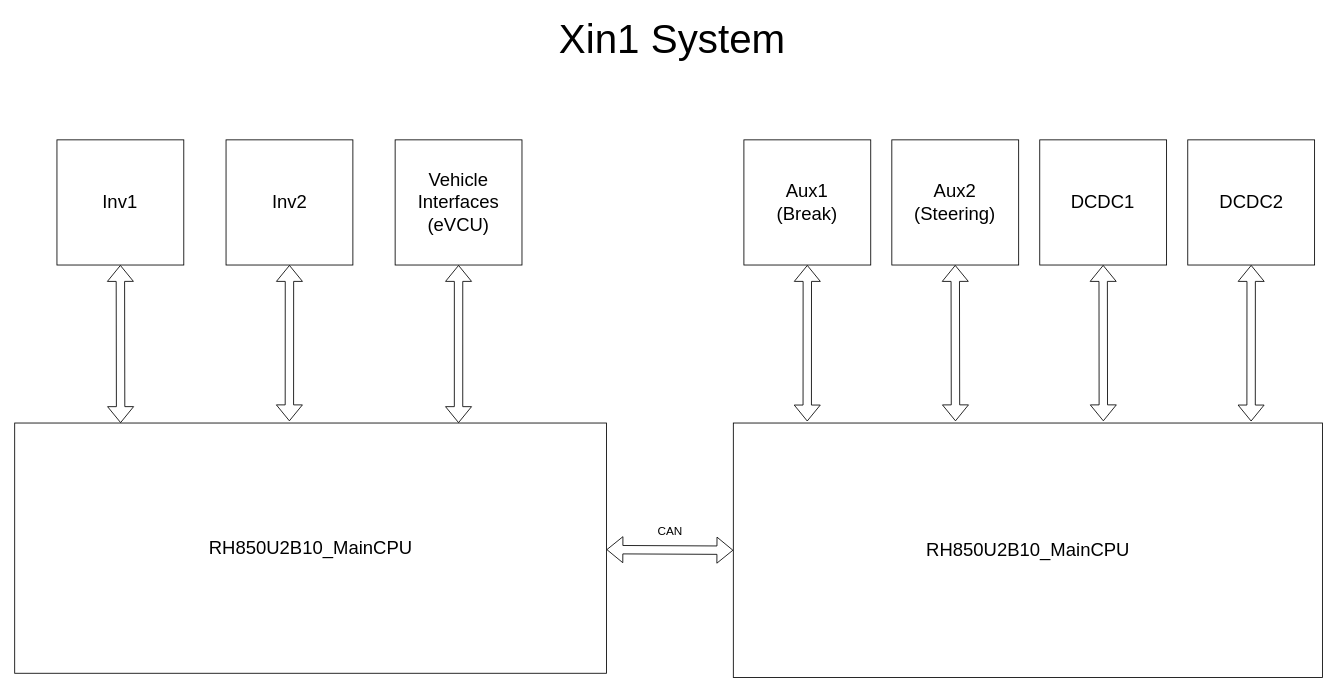
Before: page "Page-1" (1 of 4) of xin1System.drawio in chdev2011/temp, a draw.io diagram. Source tidied: cells renumbered, new cells numbered last; positions are measured from the earlier drawing's top-left corner, leaving out a move shared by most shapes. Both pictures are drawn from the tidied source at 84%, with x=0, y=0 at pixel (14, 26).
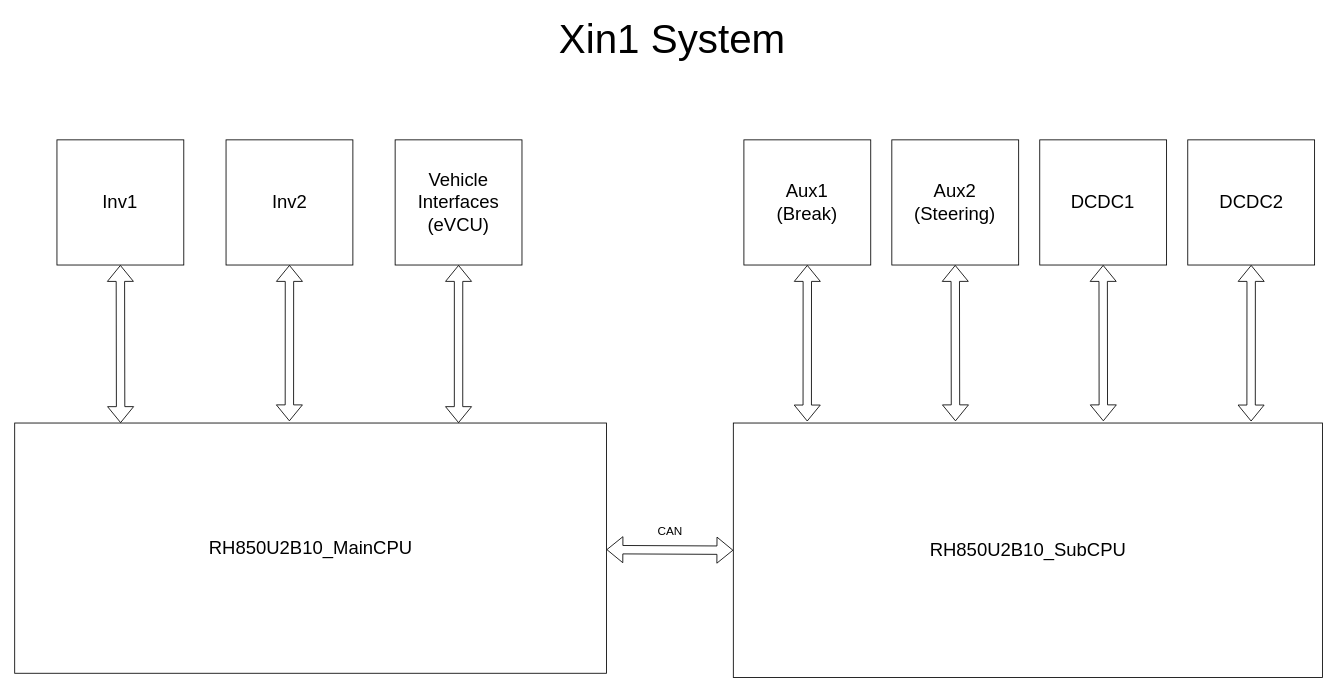
The same diagram, later.

The change refers to these unchanged cells:
```xml
<mxCell id="2" style="group;fontFamily=Helvetica;fontSize=22;align=center;" parent="1" vertex="1">
  <mxGeometry y="135" width="1560" height="640" as="geometry" />
</mxCell>
```

Change to the diagram source:
```diff
@@
-    <mxCell id="11" value="RH850U2B10_MainCPU" style="rounded=0;whiteSpace=wrap;html=1;fontSize=22;align=center;fontFamily=Helvetica;" parent="2" vertex="1">
+    <mxCell id="11" value="RH850U2B10_SubCPU" style="rounded=0;whiteSpace=wrap;html=1;fontSize=22;align=center;fontFamily=Helvetica;" parent="2" vertex="1">
       <mxGeometry x="855.5" y="337.1" width="701.3" height="302.9" as="geometry" />
     </mxCell>
```
